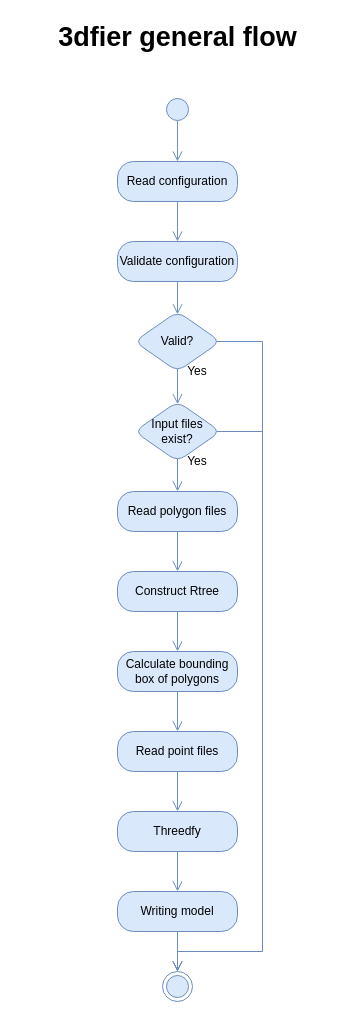
Before: resources/flowdiagrams/3dfier_general_flow.drawio in tudelft3d/3dfier, a draw.io diagram. Source tidied: cells renumbered, new cells numbered last; positions are measured from the earlier drawing's top-left corner, leaving out a move shared by most shapes. Both pictures are drawn from the tidied source at 100%, with x=0, y=0 at pixel (17, 17).
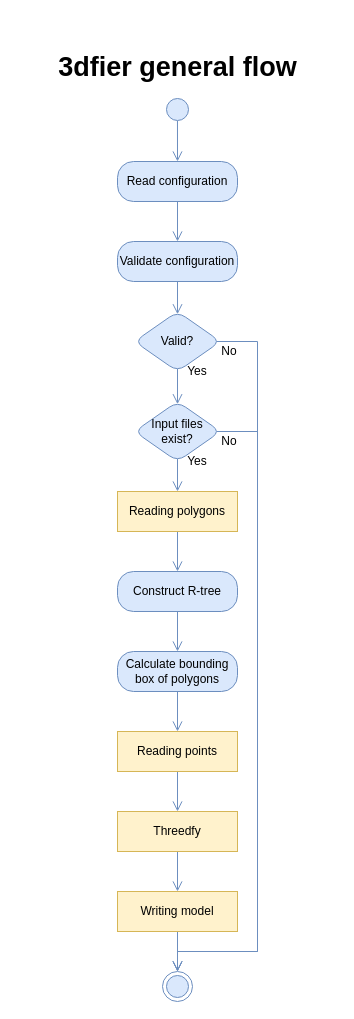
Above is the later version.

The change refers to these unchanged cells:
```xml
<mxCell id="21" style="ellipse;html=1;shape=endState;fillColor=#dae8fc;strokeColor=#6c8ebf;rounded=1;shadow=0;" parent="1" vertex="1">
  <mxGeometry x="145" y="954" width="30" height="30" as="geometry" />
</mxCell>
<mxCell id="23" value="Valid?" style="rhombus;whiteSpace=wrap;html=1;fillColor=#dae8fc;strokeColor=#6c8ebf;rounded=1;shadow=0;strokeWidth=1;perimeterSpacing=0;" parent="1" vertex="1">
  <mxGeometry x="117" y="294" width="86" height="60" as="geometry" />
</mxCell>
<mxCell id="26" value="Input files exist?" style="rhombus;whiteSpace=wrap;html=1;fillColor=#dae8fc;strokeColor=#6c8ebf;rounded=1;shadow=0;" parent="1" vertex="1">
  <mxGeometry x="117" y="384" width="86" height="60" as="geometry" />
</mxCell>
```

The edit, as a diff of the source:
```diff
@@
-    <mxCell id="9" value="Read polygon files" style="rounded=1;whiteSpace=wrap;html=1;arcSize=40;fillColor=#dae8fc;strokeColor=#6c8ebf;shadow=0;" parent="1" vertex="1">
+    <mxCell id="9" value="Reading polygons" style="rounded=0;whiteSpace=wrap;html=1;arcSize=40;fillColor=#fff2cc;strokeColor=#d6b656;shadow=0;" parent="1" vertex="1">
       <mxGeometry x="100" y="474" width="120" height="40" as="geometry" />
     </mxCell>
@@
-    <mxCell id="11" value="Construct Rtree" style="rounded=1;whiteSpace=wrap;html=1;arcSize=40;fillColor=#dae8fc;strokeColor=#6c8ebf;shadow=0;" parent="1" vertex="1">
+    <mxCell id="11" value="Construct R-tree" style="rounded=1;whiteSpace=wrap;html=1;arcSize=40;fillColor=#dae8fc;strokeColor=#6c8ebf;shadow=0;" parent="1" vertex="1">
       <mxGeometry x="100" y="554" width="120" height="40" as="geometry" />
     </mxCell>
@@
-    <mxCell id="15" value="Read point files" style="rounded=1;whiteSpace=wrap;html=1;arcSize=40;fillColor=#dae8fc;strokeColor=#6c8ebf;shadow=0;" parent="1" vertex="1">
+    <mxCell id="15" value="Reading points" style="rounded=0;whiteSpace=wrap;html=1;arcSize=40;fillColor=#fff2cc;strokeColor=#d6b656;shadow=0;" parent="1" vertex="1">
       <mxGeometry x="100" y="714" width="120" height="40" as="geometry" />
     </mxCell>
@@
-    <mxCell id="17" value="Threedfy" style="rounded=1;whiteSpace=wrap;html=1;arcSize=40;fillColor=#dae8fc;strokeColor=#6c8ebf;shadow=0;" parent="1" vertex="1">
+    <mxCell id="17" value="Threedfy" style="rounded=0;whiteSpace=wrap;html=1;arcSize=40;fillColor=#fff2cc;strokeColor=#d6b656;shadow=0;" parent="1" vertex="1">
       <mxGeometry x="100" y="794" width="120" height="40" as="geometry" />
     </mxCell>
@@
-    <mxCell id="19" value="Writing model" style="rounded=1;whiteSpace=wrap;html=1;arcSize=40;fillColor=#dae8fc;strokeColor=#6c8ebf;shadow=0;" parent="1" vertex="1">
+    <mxCell id="19" value="Writing model" style="rounded=0;whiteSpace=wrap;html=1;arcSize=40;fillColor=#fff2cc;strokeColor=#d6b656;shadow=0;" parent="1" vertex="1">
       <mxGeometry x="100" y="874" width="120" height="40" as="geometry" />
     </mxCell>
     <mxCell id="20" style="edgeStyle=orthogonalEdgeStyle;rounded=0;jettySize=auto;html=1;shadow=0;fontColor=#ffffff;entryX=0.5;entryY=0;entryDx=0;entryDy=0;exitX=0.951;exitY=0.5;exitDx=0;exitDy=0;fillColor=#dae8fc;strokeColor=#6c8ebf;endArrow=open;endFill=0;endSize=8;exitPerimeter=0;" parent="1" edge="1" source="23" target="21">
       <mxGeometry relative="1" as="geometry">
         <Array as="points">
-          <mxPoint x="245" y="324" />
-          <mxPoint x="245" y="934" />
+          <mxPoint x="240" y="324" />
+          <mxPoint x="240" y="934" />
           <mxPoint x="160" y="934" />
         </Array>
       </mxGeometry>
     </mxCell>
@@
     <mxCell id="25" style="edgeStyle=orthogonalEdgeStyle;rounded=0;jettySize=auto;html=1;fillColor=#dae8fc;strokeColor=#6c8ebf;endSize=8;endArrow=open;endFill=0;entryX=0.5;entryY=0;entryDx=0;entryDy=0;exitX=0.953;exitY=0.5;exitDx=0;exitDy=0;exitPerimeter=0;" parent="1" edge="1" source="26" target="21">
       <mxGeometry relative="1" as="geometry">
         <Array as="points">
-          <mxPoint x="245" y="414" />
-          <mxPoint x="245" y="934" />
+          <mxPoint x="240" y="414" />
+          <mxPoint x="240" y="934" />
           <mxPoint x="160" y="934" />
         </Array>
       </mxGeometry>
     </mxCell>
@@
     <mxCell id="27" value="3dfier general flow" style="text;strokeColor=none;fillColor=none;html=1;fontSize=27;fontStyle=1;verticalAlign=middle;align=center;rounded=0;shadow=0;" parent="1" vertex="1">
-      <mxGeometry width="319" height="40" as="geometry" />
+      <mxGeometry x="0.5" y="30" width="319" height="40" as="geometry" />
     </mxCell>
@@
+    <mxCell id="30" value="No" style="text;html=1;strokeColor=none;fillColor=none;align=center;verticalAlign=middle;whiteSpace=wrap;rounded=0;" parent="1" vertex="1">
+      <mxGeometry x="192" y="414" width="40" height="20" as="geometry" />
+    </mxCell>
+    <mxCell id="31" value="No" style="text;html=1;strokeColor=none;fillColor=none;align=center;verticalAlign=middle;whiteSpace=wrap;rounded=0;" parent="1" vertex="1">
+      <mxGeometry x="192" y="324" width="40" height="20" as="geometry" />
+    </mxCell>
```
